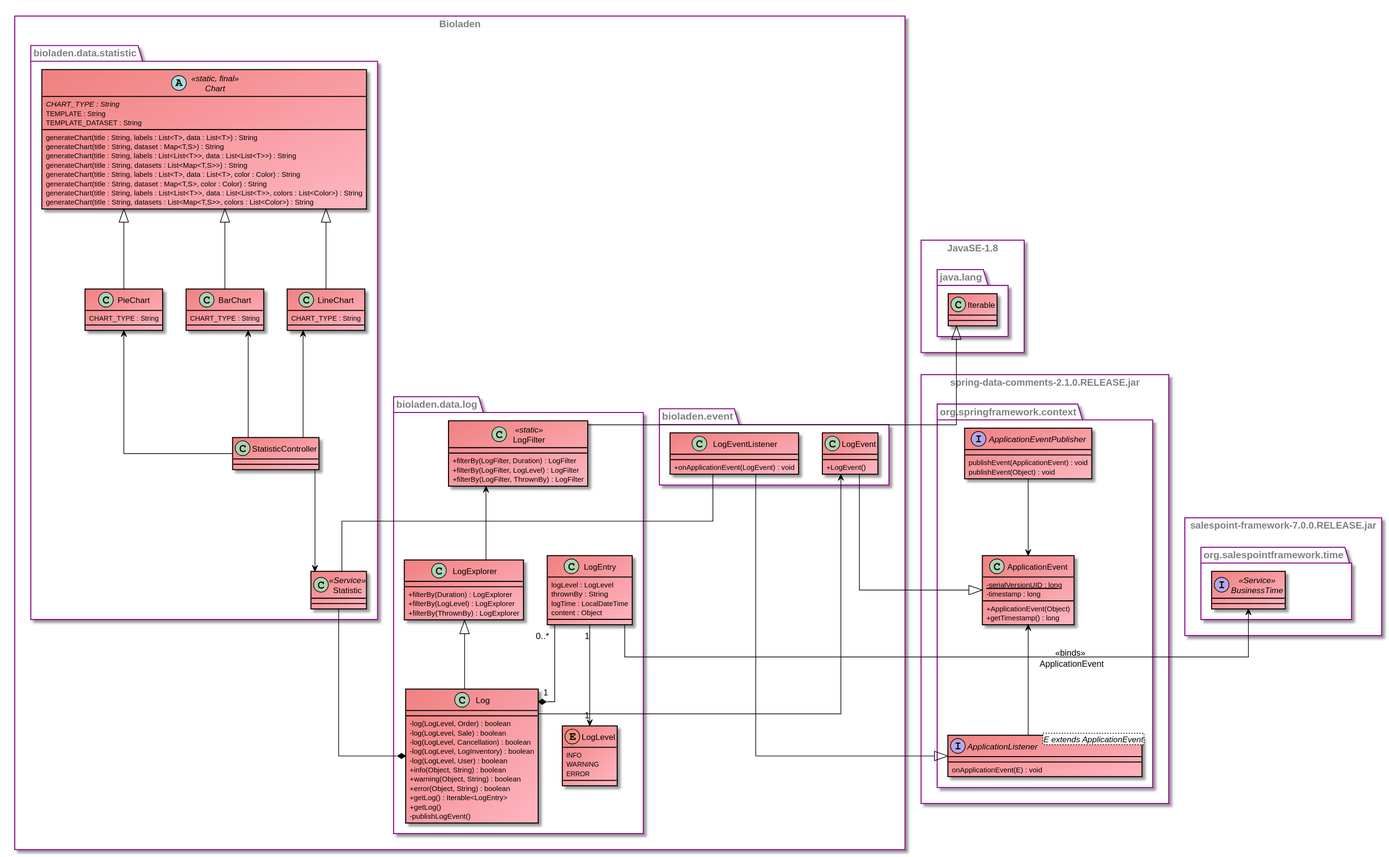
This is src/main/asciidoc/models/design/DesignDataDepartment.svg from LimitlessGreen/swt18w43, a PlantUML export, as it was before one commit.
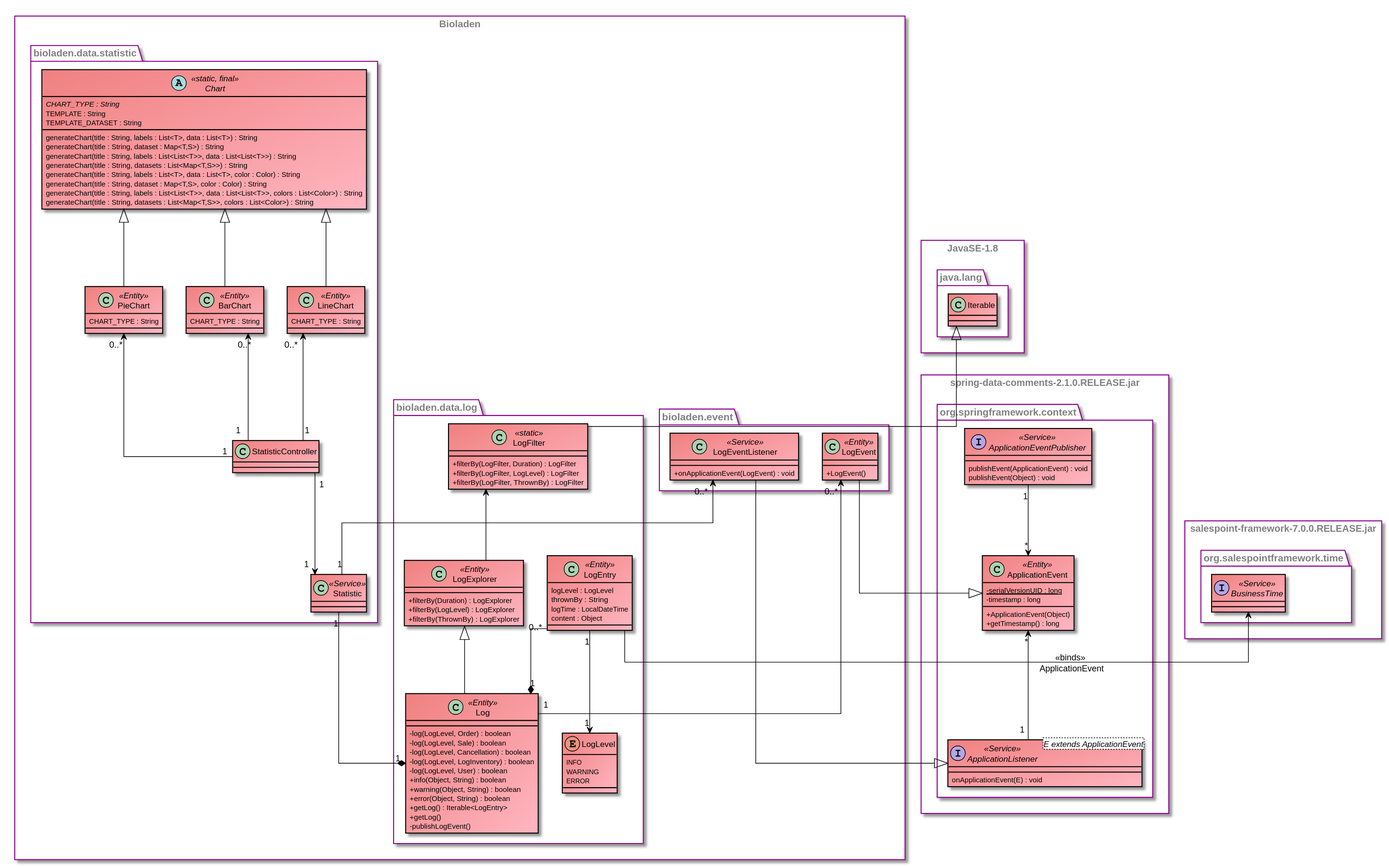
After the change.

Commit message:
[Design] cardinalities and Amount added

Diff of the diagram source:
```diff
@@ -25,7 +25,7 @@
 rectangle Bioladen {
     namespace bioladen.data.log {
 
-        class Log {
+        class Log <<Entity>> {
             -log(LogLevel, Order) : boolean
             -log(LogLevel, Sale) : boolean
             -log(LogLevel, Cancellation) : boolean
@@ -39,7 +39,7 @@
             -publishLogEvent()
         }
 
-        class LogEntry {
+        class LogEntry <<Entity>> {
             logLevel : LogLevel
             thrownBy : String
             logTime : LocalDateTime
@@ -55,7 +55,7 @@
         }
 
 
-        class LogExplorer{
+        class LogExplorer <<Entity>> {
             +filterBy(Duration) : LogExplorer
             +filterBy(LogLevel) : LogExplorer
             +filterBy(ThrownBy) : LogExplorer
@@ -94,15 +94,15 @@
             generateChart(title : String, datasets : List<Map<T,S>>, colors : List<Color>) : String
         }
 
-        class BarChart extends bioladen.data.statistic.Chart {
+        class BarChart <<Entity>> extends bioladen.data.statistic.Chart {
             CHART_TYPE : String
         }
 
-        class LineChart extends bioladen.data.statistic.Chart {
+        class LineChart <<Entity>> extends bioladen.data.statistic.Chart {
             CHART_TYPE : String
         }
 
-        class PieChart extends bioladen.data.statistic.Chart {
+        class PieChart <<Entity>> extends bioladen.data.statistic.Chart  {
             CHART_TYPE : String
         }
 
@@ -110,31 +110,31 @@
 
         }
 
-        PieChart <-- StatisticController
-        LineChart <-- StatisticController
-        BarChart <-- StatisticController
-        StatisticController --> Statistic
-        Statistic --* bioladen.data.log.Log
+        PieChart "0..*" <-- "1" StatisticController
+        LineChart "0..*" <-- "1" StatisticController
+        BarChart "0..*" <-- "1" StatisticController
+        StatisticController "1" --> "1" Statistic
+        Statistic "1" --* "1" bioladen.data.log.Log
 
 
 
     }
 
     namespace bioladen.event {
-        class LogEvent {
+        class LogEvent <<Entity>> {
             +LogEvent()
 
         }
 
-        class LogEventListener {
+        class LogEventListener <<Service>> {
             +onApplicationEvent(LogEvent) : void
         }
 
-        LogEventListener -- bioladen.data.statistic.Statistic
+        LogEventListener "0..*" <-- "1" bioladen.data.statistic.Statistic
     }
 
 
-    bioladen.event.LogEvent <-- bioladen.data.log.Log
+    bioladen.event.LogEvent "0..*" <-- "1" bioladen.data.log.Log
 
 }
 
@@ -153,24 +153,24 @@
 rectangle spring-data-comments-2.1.0.RELEASE.jar as spring {
     namespace org.springframework.context{
 
-        class ApplicationEvent {
+        class ApplicationEvent <<Entity>>{
             {static} - serialVersionUID : long
             - timestamp : long
             + ApplicationEvent(Object)
             + getTimestamp() : long
         }
 
-        interface ApplicationEventPublisher {
+        interface ApplicationEventPublisher <<Service>>{
             publishEvent(ApplicationEvent) : void
             publishEvent(Object) : void
         }
 
-        interface ApplicationListener <E extends ApplicationEvent>{
+        interface ApplicationListener <E extends ApplicationEvent> <<Service>>{
             onApplicationEvent(E) : void
         }
 
-        ApplicationEvent <-- ApplicationListener: <<binds>>\n ApplicationEvent
-        ApplicationEventPublisher --> ApplicationEvent
+        ApplicationEvent "*" <-- "1" ApplicationListener: <<binds>>\n ApplicationEvent
+        ApplicationEventPublisher "1" --> "*" ApplicationEvent
     }
 
 }
```
